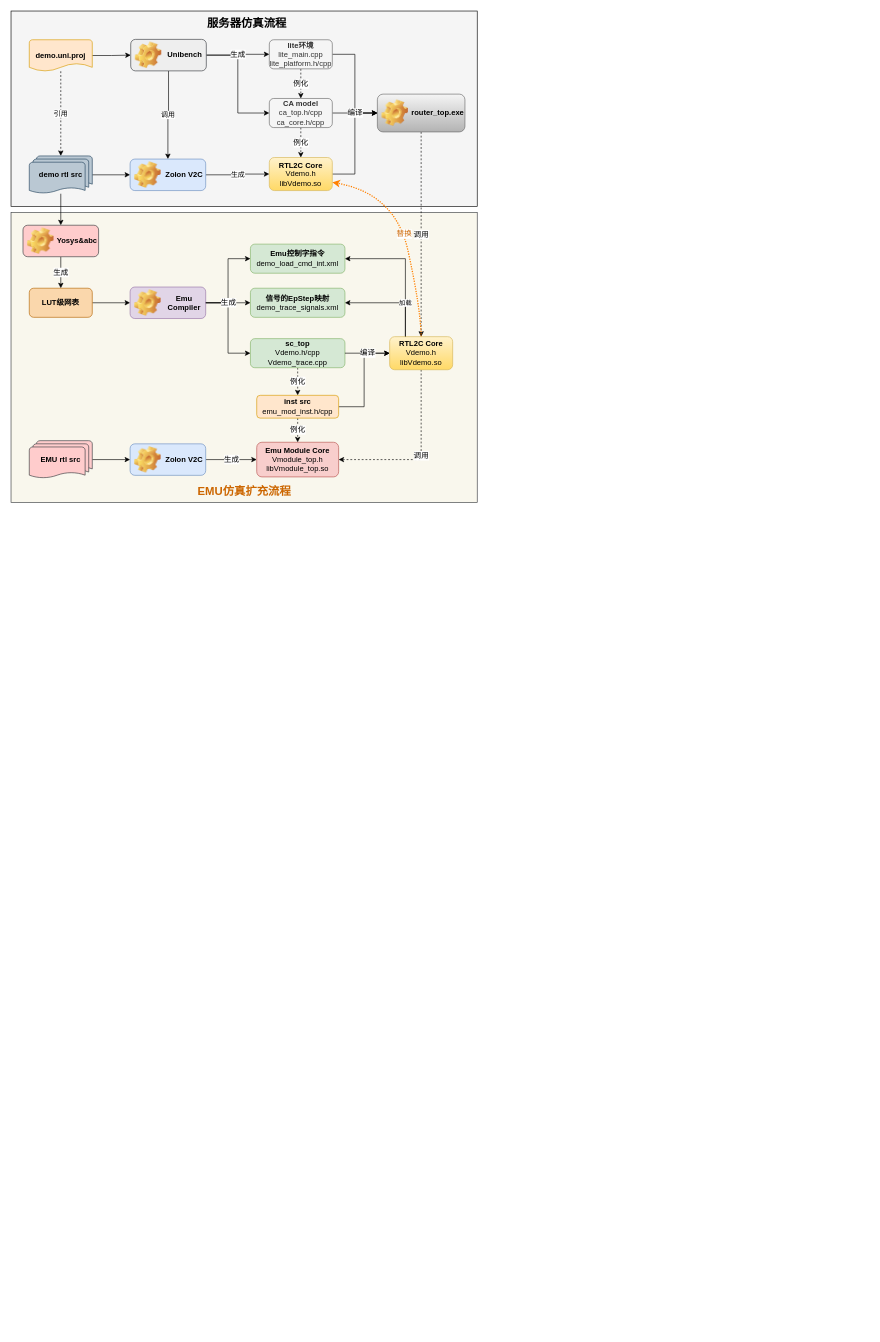
Dercury/CLDK keeps this draw.io diagram as verilator_digrams/Emulator_sim.drawio. Above is the earlier version. Source tidied: cells renumbered, new cells numbered last; positions are measured from the earlier drawing's top-left corner, leaving out a move shared by most shapes. Both pictures are drawn from the tidied source at 63%, with x=0, y=0 at pixel (11, 11).
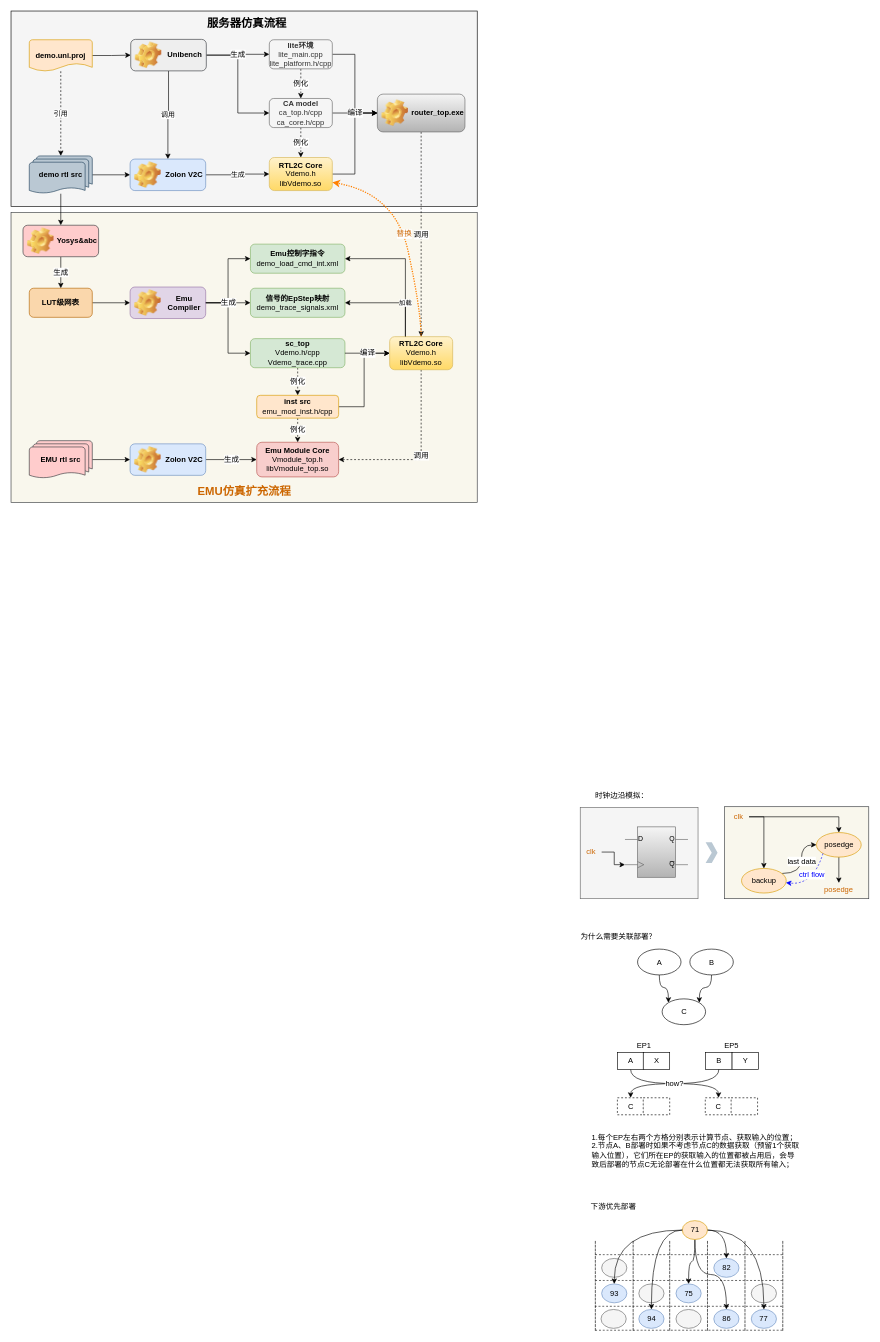
The same page after the edit.

Diff of the diagram source:
```diff
@@
+    <mxCell id="54" style="shape=partialRectangle;whiteSpace=wrap;html=1;top=0;bottom=0;fillColor=none;dashed=1;strokeColor=default;strokeWidth=1;fontSize=12;fontColor=#000000;" parent="1" vertex="1">
+      <mxGeometry x="1045.5" y="1953" width="60" height="141" as="geometry" />
+    </mxCell>
+    <mxCell id="55" style="shape=partialRectangle;whiteSpace=wrap;html=1;top=0;bottom=0;fillColor=none;dashed=1;strokeColor=default;strokeWidth=1;fontSize=12;fontColor=#000000;" parent="1" vertex="1">
+      <mxGeometry x="927.5" y="1953" width="60" height="141" as="geometry" />
+    </mxCell>
+    <mxCell id="56" style="rounded=0;whiteSpace=wrap;html=1;strokeColor=#36393d;strokeWidth=1;fontSize=12;fillColor=#f9f7ed;" parent="1" vertex="1">
+      <mxGeometry x="1132.5" y="1263" width="229" height="146" as="geometry" />
+    </mxCell>
+    <mxCell id="57" style="rounded=0;whiteSpace=wrap;html=1;strokeColor=#666666;strokeWidth=1;fontSize=12;fontColor=#333333;fillColor=#f5f5f5;" parent="1" vertex="1">
+      <mxGeometry x="903.5" y="1264" width="187" height="145" as="geometry" />
+    </mxCell>
+    <mxCell id="58" style="verticalLabelPosition=bottom;shadow=0;dashed=0;align=center;html=1;verticalAlign=top;shape=mxgraph.electrical.logic_gates.d_type_flip-flop;strokeColor=#666666;strokeWidth=1;fontSize=18;fillColor=#f5f5f5;gradientColor=#b3b3b3;" parent="1" vertex="1">
+      <mxGeometry x="974.5" y="1295" width="100" height="80" as="geometry" />
+    </mxCell>
+    <mxCell id="59" style="edgeStyle=orthogonalEdgeStyle;rounded=0;jettySize=auto;html=1;entryX=0;entryY=0.75;entryDx=0;entryDy=0;entryPerimeter=0;strokeColor=#000000;strokeWidth=1;fontSize=18;fontColor=#CC6600;" parent="1" edge="1" source="60" target="58">
+      <mxGeometry relative="1" as="geometry" />
+    </mxCell>
+    <mxCell id="60" value="clk" style="text;html=1;strokeColor=none;fillColor=none;align=center;verticalAlign=middle;whiteSpace=wrap;rounded=0;strokeWidth=1;fontSize=12;fontColor=#CC6600;" parent="1" vertex="1">
+      <mxGeometry x="903.5" y="1320" width="34" height="30" as="geometry" />
+    </mxCell>
+    <mxCell id="61" style="edgeStyle=orthogonalEdgeStyle;rounded=0;jettySize=auto;html=1;strokeColor=#000000;strokeWidth=1;fontSize=18;fontColor=#CC6600;exitX=1;exitY=0.5;exitDx=0;exitDy=0;" parent="1" edge="1" source="63" target="65">
+      <mxGeometry relative="1" as="geometry" />
+    </mxCell>
+    <mxCell id="62" style="edgeStyle=orthogonalEdgeStyle;rounded=0;jettySize=auto;html=1;strokeColor=#000000;strokeWidth=1;fontSize=12;fontColor=#FF8000;" parent="1" edge="1" source="63" target="67">
+      <mxGeometry relative="1" as="geometry" />
+    </mxCell>
+    <mxCell id="63" value="clk" style="text;html=1;strokeColor=none;fillColor=none;align=center;verticalAlign=middle;whiteSpace=wrap;rounded=0;strokeWidth=1;fontSize=12;fontColor=#CC6600;" parent="1" vertex="1">
+      <mxGeometry x="1137.5" y="1264" width="34" height="30" as="geometry" />
+    </mxCell>
+    <mxCell id="64" value="last data" style="edgeStyle=orthogonalEdgeStyle;rounded=0;jettySize=auto;html=1;strokeColor=#000000;strokeWidth=1;fontSize=12;fontColor=#000000;entryX=0;entryY=0.5;entryDx=0;entryDy=0;curved=1;" parent="1" edge="1" source="65" target="67">
+      <mxGeometry relative="1" as="geometry">
+        <Array as="points">
+          <mxPoint x="1254.5" y="1369" />
+          <mxPoint x="1254.5" y="1324" />
+        </Array>
+      </mxGeometry>
+    </mxCell>
+    <mxCell id="65" value="backup" style="ellipse;whiteSpace=wrap;html=1;strokeColor=#d79b00;strokeWidth=1;fontSize=12;fillColor=#ffe6cc;" parent="1" vertex="1">
+      <mxGeometry x="1159.5" y="1361" width="71" height="39" as="geometry" />
+    </mxCell>
+    <mxCell id="66" style="edgeStyle=orthogonalEdgeStyle;rounded=0;jettySize=auto;html=1;strokeColor=#000000;strokeWidth=1;fontSize=12;fontColor=#CC6600;" parent="1" edge="1" source="67" target="68">
+      <mxGeometry relative="1" as="geometry" />
+    </mxCell>
+    <mxCell id="67" value="posedge" style="ellipse;whiteSpace=wrap;html=1;strokeColor=#d79b00;strokeWidth=1;fontSize=12;fillColor=#ffe6cc;" parent="1" vertex="1">
+      <mxGeometry x="1278.5" y="1304" width="71" height="39" as="geometry" />
+    </mxCell>
+    <mxCell id="68" value="posedge" style="text;html=1;strokeColor=none;fillColor=none;align=center;verticalAlign=middle;whiteSpace=wrap;rounded=0;strokeWidth=1;fontSize=12;fontColor=#CC6600;" parent="1" vertex="1">
+      <mxGeometry x="1287" y="1384" width="54" height="22" as="geometry" />
+    </mxCell>
+    <mxCell id="69" value="ctrl flow" style="curved=1;endArrow=classic;html=1;rounded=0;dashed=1;strokeColor=#0000FF;strokeWidth=1;fontSize=12;fontColor=#0000FF;exitX=0;exitY=1;exitDx=0;exitDy=0;" parent="1" edge="1" source="67" target="65">
+      <mxGeometry x="-0.23" y="-7" relative="1" as="geometry">
+        <Array as="points">
+          <mxPoint x="1273.5" y="1388" />
+        </Array>
+      </mxGeometry>
+    </mxCell>
+    <mxCell id="70" style="html=1;shadow=0;dashed=0;align=center;verticalAlign=middle;shape=mxgraph.arrows2.arrow;dy=0;dx=9.19;notch=9.77;strokeColor=none;strokeWidth=1;fontSize=12;fillColor=#bac8d3;" parent="1" vertex="1">
+      <mxGeometry x="1102.5" y="1319.5" width="19" height="33" as="geometry" />
+    </mxCell>
+    <mxCell id="71" style="edgeStyle=orthogonalEdgeStyle;curved=1;rounded=0;jettySize=auto;html=1;entryX=0;entryY=0;entryDx=0;entryDy=0;strokeColor=#000000;strokeWidth=1;fontSize=12;fontColor=#000000;exitX=0.5;exitY=1;exitDx=0;exitDy=0;" parent="1" edge="1" source="72" target="73">
+      <mxGeometry relative="1" as="geometry" />
+    </mxCell>
+    <mxCell id="72" value="A" style="ellipse;whiteSpace=wrap;html=1;strokeColor=default;strokeWidth=1;fontSize=12;fontColor=#000000;fillColor=default;" parent="1" vertex="1">
+      <mxGeometry x="994.5" y="1489" width="69" height="41" as="geometry" />
+    </mxCell>
+    <mxCell id="73" value="C" style="ellipse;whiteSpace=wrap;html=1;strokeColor=default;strokeWidth=1;fontSize=12;fontColor=#000000;fillColor=default;" parent="1" vertex="1">
+      <mxGeometry x="1033.5" y="1568" width="69" height="41" as="geometry" />
+    </mxCell>
+    <mxCell id="74" style="edgeStyle=orthogonalEdgeStyle;curved=1;rounded=0;jettySize=auto;html=1;entryX=1;entryY=0;entryDx=0;entryDy=0;strokeColor=#000000;strokeWidth=1;fontSize=12;fontColor=#000000;exitX=0.5;exitY=1;exitDx=0;exitDy=0;" parent="1" edge="1" source="75" target="73">
+      <mxGeometry relative="1" as="geometry" />
+    </mxCell>
+    <mxCell id="75" value="B" style="ellipse;whiteSpace=wrap;html=1;strokeColor=default;strokeWidth=1;fontSize=12;fontColor=#000000;fillColor=default;" parent="1" vertex="1">
+      <mxGeometry x="1077.5" y="1489" width="69" height="41" as="geometry" />
+    </mxCell>
+    <mxCell id="76" style="edgeStyle=orthogonalEdgeStyle;curved=1;rounded=0;jettySize=auto;html=1;exitX=0.5;exitY=1;exitDx=0;exitDy=0;entryX=0.5;entryY=0;entryDx=0;entryDy=0;strokeColor=#000000;strokeWidth=1;fontSize=12;fontColor=#000000;" parent="1" edge="1" source="77" target="86">
+      <mxGeometry relative="1" as="geometry" />
+    </mxCell>
+    <mxCell id="77" value="A" style="rounded=0;whiteSpace=wrap;html=1;strokeColor=default;strokeWidth=1;fontSize=12;fontColor=#000000;fillColor=default;" parent="1" vertex="1">
+      <mxGeometry x="962.5" y="1653" width="42" height="27" as="geometry" />
+    </mxCell>
+    <mxCell id="78" value="X" style="rounded=0;whiteSpace=wrap;html=1;strokeColor=default;strokeWidth=1;fontSize=12;fontColor=#000000;fillColor=default;" parent="1" vertex="1">
+      <mxGeometry x="1003.5" y="1653" width="42" height="27" as="geometry" />
+    </mxCell>
+    <mxCell id="79" value="B" style="rounded=0;whiteSpace=wrap;html=1;strokeColor=default;strokeWidth=1;fontSize=12;fontColor=#000000;fillColor=default;" parent="1" vertex="1">
+      <mxGeometry x="1102.5" y="1653" width="42" height="27" as="geometry" />
+    </mxCell>
+    <mxCell id="80" value="Y" style="rounded=0;whiteSpace=wrap;html=1;strokeColor=default;strokeWidth=1;fontSize=12;fontColor=#000000;fillColor=default;" parent="1" vertex="1">
+      <mxGeometry x="1144.5" y="1653" width="42" height="27" as="geometry" />
+    </mxCell>
+    <mxCell id="81" value="EP1" style="text;html=1;strokeColor=none;fillColor=none;align=center;verticalAlign=middle;whiteSpace=wrap;rounded=0;strokeWidth=1;fontSize=12;fontColor=#000000;" parent="1" vertex="1">
+      <mxGeometry x="974.5" y="1627" width="60" height="30" as="geometry" />
+    </mxCell>
+    <mxCell id="82" value="EP5" style="text;html=1;strokeColor=none;fillColor=none;align=center;verticalAlign=middle;whiteSpace=wrap;rounded=0;strokeWidth=1;fontSize=12;fontColor=#000000;" parent="1" vertex="1">
+      <mxGeometry x="1113.5" y="1627" width="60" height="30" as="geometry" />
+    </mxCell>
+    <mxCell id="83" value="1.每个EP左右两个方格分别表示计算节点、获取输入的位置；&lt;br&gt;2.节点A、B部署时如果不考虑节点C的数据获取（预留1个获取输入位置），它们所在EP的获取输入的位置都被占用后，会导致后部署的节点C无论部署在什么位置都无法获取所有输入；" style="text;html=1;strokeColor=none;fillColor=none;align=left;verticalAlign=middle;whiteSpace=wrap;rounded=0;strokeWidth=1;fontSize=12;fontColor=#000000;" parent="1" vertex="1">
+      <mxGeometry x="919.5" y="1774" width="334" height="69" as="geometry" />
+    </mxCell>
+    <mxCell id="84" value="C" style="rounded=0;whiteSpace=wrap;html=1;strokeColor=default;strokeWidth=1;fontSize=12;fontColor=#000000;fillColor=default;dashed=1;" parent="1" vertex="1">
+      <mxGeometry x="962.5" y="1725" width="42" height="27" as="geometry" />
+    </mxCell>
+    <mxCell id="85" style="rounded=0;whiteSpace=wrap;html=1;strokeColor=default;strokeWidth=1;fontSize=12;fontColor=#000000;fillColor=default;dashed=1;" parent="1" vertex="1">
+      <mxGeometry x="1003.5" y="1725" width="42" height="27" as="geometry" />
+    </mxCell>
+    <mxCell id="86" value="C" style="rounded=0;whiteSpace=wrap;html=1;strokeColor=default;strokeWidth=1;fontSize=12;fontColor=#000000;fillColor=default;dashed=1;" parent="1" vertex="1">
+      <mxGeometry x="1102" y="1725" width="42" height="27" as="geometry" />
+    </mxCell>
+    <mxCell id="87" style="rounded=0;whiteSpace=wrap;html=1;strokeColor=default;strokeWidth=1;fontSize=12;fontColor=#000000;fillColor=default;dashed=1;" parent="1" vertex="1">
+      <mxGeometry x="1143" y="1725" width="42" height="27" as="geometry" />
+    </mxCell>
+    <mxCell id="88" value="how?" style="edgeStyle=orthogonalEdgeStyle;curved=1;rounded=0;jettySize=auto;html=1;strokeColor=#000000;strokeWidth=1;fontSize=12;fontColor=#000000;exitX=0.5;exitY=1;exitDx=0;exitDy=0;" parent="1" edge="1" source="79" target="84">
+      <mxGeometry relative="1" as="geometry" />
+    </mxCell>
+    <mxCell id="89" value="为什么需要关联部署？" style="text;html=1;strokeColor=none;fillColor=none;align=center;verticalAlign=middle;whiteSpace=wrap;rounded=0;dashed=1;strokeWidth=1;fontSize=12;fontColor=#000000;" parent="1" vertex="1">
+      <mxGeometry x="893.5" y="1454" width="141" height="30" as="geometry" />
+    </mxCell>
+    <mxCell id="90" value="时钟边沿模拟：" style="text;html=1;strokeColor=none;fillColor=none;align=center;verticalAlign=middle;whiteSpace=wrap;rounded=0;dashed=1;strokeWidth=1;fontSize=12;fontColor=#000000;" parent="1" vertex="1">
+      <mxGeometry x="898.5" y="1230" width="141" height="30" as="geometry" />
+    </mxCell>
+    <mxCell id="91" style="shape=partialRectangle;whiteSpace=wrap;html=1;top=0;bottom=0;fillColor=none;dashed=1;strokeColor=default;strokeWidth=1;fontSize=12;fontColor=#000000;" parent="1" vertex="1">
+      <mxGeometry x="1165" y="1953" width="60" height="141" as="geometry" />
+    </mxCell>
+    <mxCell id="92" value="93" style="ellipse;whiteSpace=wrap;html=1;strokeColor=#6c8ebf;strokeWidth=1;fontSize=12;fillColor=#dae8fc;" parent="1" vertex="1">
+      <mxGeometry x="937.5" y="2020.5" width="40" height="30" as="geometry" />
+    </mxCell>
+    <mxCell id="93" value="94" style="ellipse;whiteSpace=wrap;html=1;strokeColor=#6c8ebf;strokeWidth=1;fontSize=12;fillColor=#dae8fc;" parent="1" vertex="1">
+      <mxGeometry x="996.5" y="2061" width="40" height="30" as="geometry" />
+    </mxCell>
+    <mxCell id="94" value="75" style="ellipse;whiteSpace=wrap;html=1;strokeColor=#6c8ebf;strokeWidth=1;fontSize=12;fillColor=#dae8fc;" parent="1" vertex="1">
+      <mxGeometry x="1055.5" y="2020.5" width="40" height="30" as="geometry" />
+    </mxCell>
+    <mxCell id="95" value="82" style="ellipse;whiteSpace=wrap;html=1;strokeColor=#6c8ebf;strokeWidth=1;fontSize=12;fillColor=#dae8fc;" parent="1" vertex="1">
+      <mxGeometry x="1115.5" y="1980" width="40" height="30" as="geometry" />
+    </mxCell>
+    <mxCell id="96" value="77" style="ellipse;whiteSpace=wrap;html=1;strokeColor=#6c8ebf;strokeWidth=1;fontSize=12;fillColor=#dae8fc;" parent="1" vertex="1">
+      <mxGeometry x="1175" y="2061" width="40" height="30" as="geometry" />
+    </mxCell>
+    <mxCell id="97" value="86" style="ellipse;whiteSpace=wrap;html=1;strokeColor=#6c8ebf;strokeWidth=1;fontSize=12;fillColor=#dae8fc;" parent="1" vertex="1">
+      <mxGeometry x="1115.5" y="2061" width="40" height="30" as="geometry" />
+    </mxCell>
+    <mxCell id="98" style="edgeStyle=orthogonalEdgeStyle;curved=1;rounded=0;jettySize=auto;html=1;exitX=0.5;exitY=1;exitDx=0;exitDy=0;strokeColor=#000000;strokeWidth=1;fontSize=12;fontColor=#000000;" parent="1" edge="1" source="106" target="97">
+      <mxGeometry relative="1" as="geometry" />
+    </mxCell>
+    <mxCell id="99" style="edgeStyle=orthogonalEdgeStyle;curved=1;rounded=0;jettySize=auto;html=1;strokeColor=#000000;strokeWidth=1;fontSize=12;fontColor=#000000;" parent="1" edge="1" source="106" target="95">
+      <mxGeometry relative="1" as="geometry" />
+    </mxCell>
+    <mxCell id="100" style="edgeStyle=orthogonalEdgeStyle;curved=1;rounded=0;jettySize=auto;html=1;strokeColor=#000000;strokeWidth=1;fontSize=12;fontColor=#000000;" parent="1" edge="1" source="106" target="94">
+      <mxGeometry relative="1" as="geometry" />
+    </mxCell>
+    <mxCell id="101" style="endArrow=none;html=1;rounded=0;strokeColor=#000000;strokeWidth=1;fontSize=12;fontColor=#000000;curved=1;entryX=1;entryY=1;entryDx=0;entryDy=0;exitX=0;exitY=1;exitDx=0;exitDy=0;dashed=1;" parent="1" edge="1" source="55" target="91">
+      <mxGeometry relative="1" as="geometry" />
+    </mxCell>
+    <mxCell id="102" value="下游优先部署" style="text;html=1;strokeColor=none;fillColor=none;align=center;verticalAlign=middle;whiteSpace=wrap;rounded=0;dashed=1;strokeWidth=1;fontSize=12;fontColor=#000000;" parent="1" vertex="1">
+      <mxGeometry x="886" y="1883" width="141" height="30" as="geometry" />
+    </mxCell>
+    <mxCell id="103" style="endArrow=none;html=1;rounded=0;strokeColor=#000000;strokeWidth=1;fontSize=12;fontColor=#000000;curved=1;entryX=1;entryY=1;entryDx=0;entryDy=0;exitX=0;exitY=1;exitDx=0;exitDy=0;dashed=1;" parent="1" edge="1">
+      <mxGeometry relative="1" as="geometry">
+        <mxPoint x="926.8" y="2056" as="sourcePoint" />
+        <mxPoint x="1224.2" y="2056" as="targetPoint" />
+      </mxGeometry>
+    </mxCell>
+    <mxCell id="104" style="endArrow=none;html=1;rounded=0;strokeColor=#000000;strokeWidth=1;fontSize=12;fontColor=#000000;curved=1;entryX=1;entryY=1;entryDx=0;entryDy=0;exitX=0;exitY=1;exitDx=0;exitDy=0;dashed=1;" parent="1" edge="1">
+      <mxGeometry relative="1" as="geometry">
+        <mxPoint x="927.5" y="2015" as="sourcePoint" />
+        <mxPoint x="1225" y="2015" as="targetPoint" />
+      </mxGeometry>
+    </mxCell>
+    <mxCell id="105" style="endArrow=none;html=1;rounded=0;strokeColor=#000000;strokeWidth=1;fontSize=12;fontColor=#000000;curved=1;entryX=1;entryY=1;entryDx=0;entryDy=0;exitX=0;exitY=1;exitDx=0;exitDy=0;dashed=1;" parent="1" edge="1">
+      <mxGeometry relative="1" as="geometry">
+        <mxPoint x="927.5" y="1974" as="sourcePoint" />
+        <mxPoint x="1225" y="1974" as="targetPoint" />
+      </mxGeometry>
+    </mxCell>
+    <mxCell id="106" value="71" style="ellipse;whiteSpace=wrap;html=1;strokeColor=#d79b00;strokeWidth=1;fontSize=12;fillColor=#ffe6cc;" parent="1" vertex="1">
+      <mxGeometry x="1065.5" y="1920" width="40" height="30" as="geometry" />
+    </mxCell>
+    <mxCell id="107" style="ellipse;whiteSpace=wrap;html=1;strokeColor=#666666;strokeWidth=1;fontSize=12;fontColor=#333333;fillColor=#f5f5f5;" parent="1" vertex="1">
+      <mxGeometry x="936.5" y="2061" width="40" height="30" as="geometry" />
+    </mxCell>
+    <mxCell id="108" style="ellipse;whiteSpace=wrap;html=1;strokeColor=#666666;strokeWidth=1;fontSize=12;fontColor=#333333;fillColor=#f5f5f5;" parent="1" vertex="1">
+      <mxGeometry x="1055.5" y="2061" width="40" height="30" as="geometry" />
+    </mxCell>
+    <mxCell id="109" style="ellipse;whiteSpace=wrap;html=1;strokeColor=#666666;strokeWidth=1;fontSize=12;fontColor=#333333;fillColor=#f5f5f5;" parent="1" vertex="1">
+      <mxGeometry x="1175" y="2020.5" width="40" height="30" as="geometry" />
+    </mxCell>
+    <mxCell id="110" style="edgeStyle=orthogonalEdgeStyle;curved=1;rounded=0;jettySize=auto;html=1;strokeColor=#000000;strokeWidth=1;fontSize=12;fontColor=#000000;" parent="1" edge="1" source="106" target="96">
+      <mxGeometry relative="1" as="geometry" />
+    </mxCell>
+    <mxCell id="111" style="ellipse;whiteSpace=wrap;html=1;strokeColor=#666666;strokeWidth=1;fontSize=12;fontColor=#333333;fillColor=#f5f5f5;" parent="1" vertex="1">
+      <mxGeometry x="937.5" y="1980" width="40" height="30" as="geometry" />
+    </mxCell>
+    <mxCell id="112" style="edgeStyle=orthogonalEdgeStyle;curved=1;rounded=0;jettySize=auto;html=1;strokeColor=#000000;strokeWidth=1;fontSize=12;fontColor=#000000;" parent="1" edge="1" source="106" target="92">
+      <mxGeometry relative="1" as="geometry" />
+    </mxCell>
+    <mxCell id="113" style="ellipse;whiteSpace=wrap;html=1;strokeColor=#666666;strokeWidth=1;fontSize=12;fontColor=#333333;fillColor=#f5f5f5;" parent="1" vertex="1">
+      <mxGeometry x="996.5" y="2020.5" width="40" height="30" as="geometry" />
+    </mxCell>
+    <mxCell id="114" style="edgeStyle=orthogonalEdgeStyle;curved=1;rounded=0;jettySize=auto;html=1;strokeColor=#000000;strokeWidth=1;fontSize=12;fontColor=#000000;entryX=0.5;entryY=0;entryDx=0;entryDy=0;" parent="1" edge="1" source="106" target="93">
+      <mxGeometry relative="1" as="geometry" />
+    </mxCell>
```
